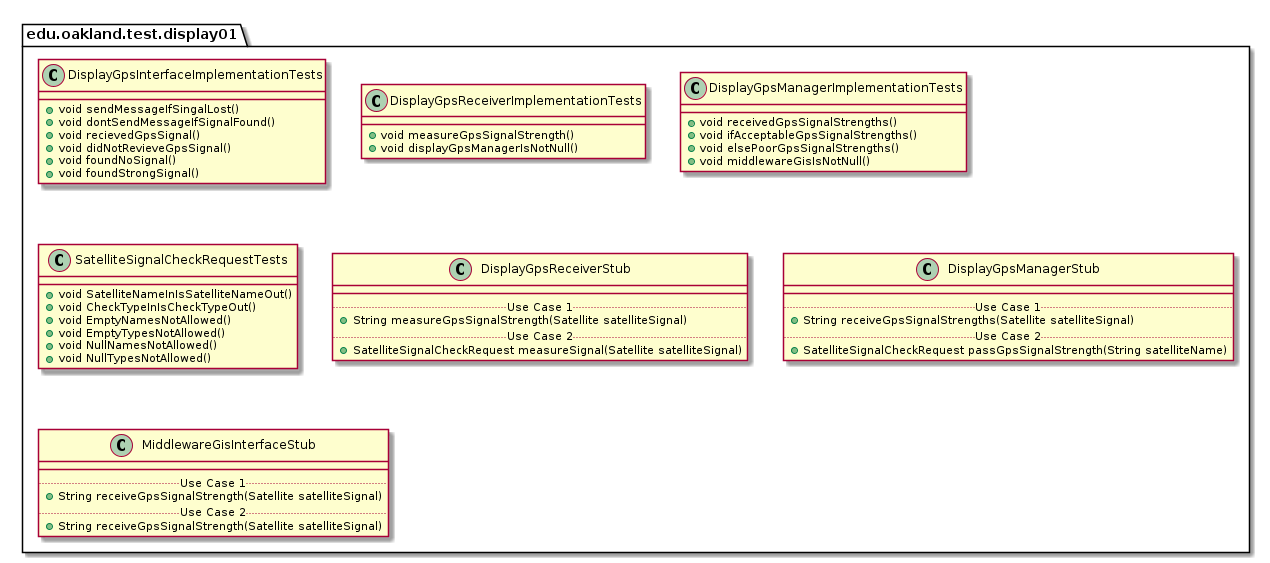
Above: docs/uml-class-diagrams/display01/test/Display01TestPackage.png in andrewdimmer/csi-3370-software-project (PlantUML), before the change.
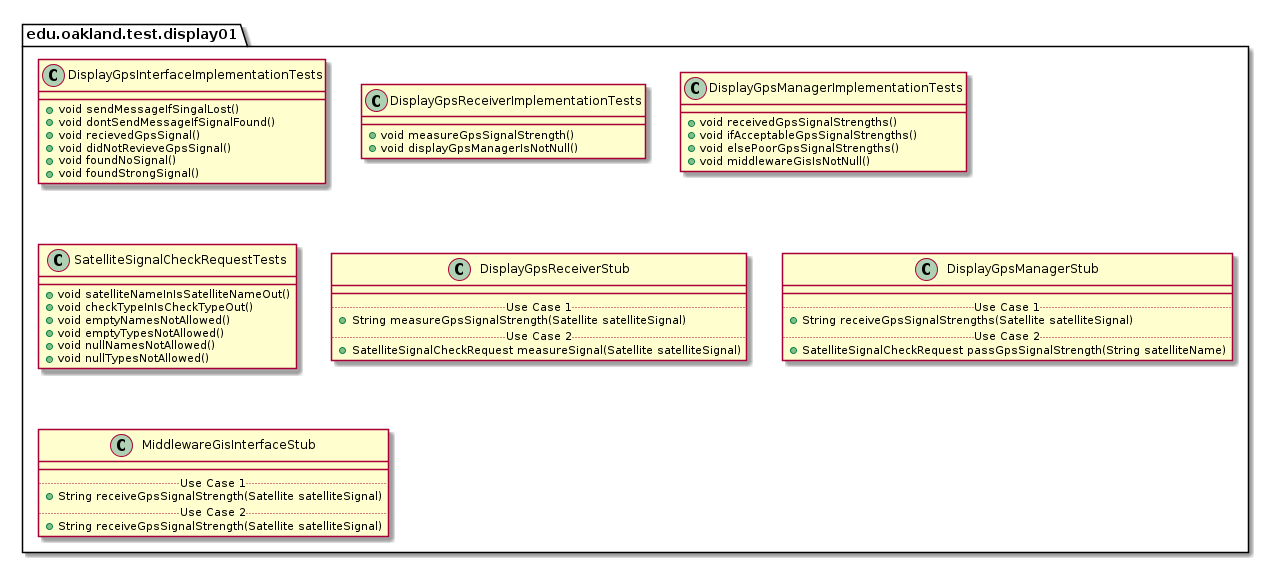
Above is the later version.

Diff of the diagram source:
```diff
@@ -37,12 +37,12 @@
 
 package edu.oakland.test.display01 {
   class SatelliteSignalCheckRequestTests {
-    + void SatelliteNameInIsSatelliteNameOut()
-    + void CheckTypeInIsCheckTypeOut()
-    + void EmptyNamesNotAllowed()
-    + void EmptyTypesNotAllowed()
-    + void NullNamesNotAllowed()
-    + void NullTypesNotAllowed()
+    + void satelliteNameInIsSatelliteNameOut()
+    + void checkTypeInIsCheckTypeOut()
+    + void emptyNamesNotAllowed()
+    + void emptyTypesNotAllowed()
+    + void nullNamesNotAllowed()
+    + void nullTypesNotAllowed()
   }
 }
 
```
